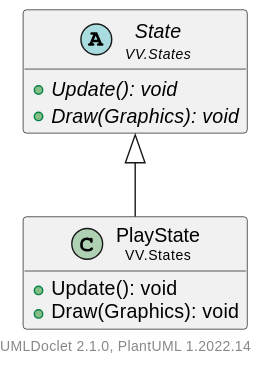
vieruuuu/valentin-vulture keeps this PlantUML diagram as docs/VV/States/PlayState.svg. Above is the earlier version. Its diagram source:
```plantuml
@startuml
    set namespaceSeparator none
    hide empty fields
    hide empty methods

    class "<size:14>PlayState\n<size:10>VV.States" as VV.States.PlayState [[PlayState.html]] {
        +Update(): void
        +Draw(Graphics): void
    }

    abstract class "<size:14>State\n<size:10>VV.States" as VV.States.State [[State.html]] {
        {abstract} +Update(): void
        {abstract} +Draw(Graphics): void
    }

    VV.States.State <|-- VV.States.PlayState

    center footer UMLDoclet 2.1.0, PlantUML %version()
@enduml
```
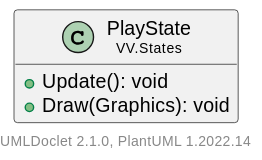
After the commit.

Diff of the diagram source:
```diff
@@ -8,12 +8,5 @@
         +Draw(Graphics): void
     }
 
-    abstract class "<size:14>State\n<size:10>VV.States" as VV.States.State [[State.html]] {
-        {abstract} +Update(): void
-        {abstract} +Draw(Graphics): void
-    }
-
-    VV.States.State <|-- VV.States.PlayState
-
     center footer UMLDoclet 2.1.0, PlantUML %version()
 @enduml
```
